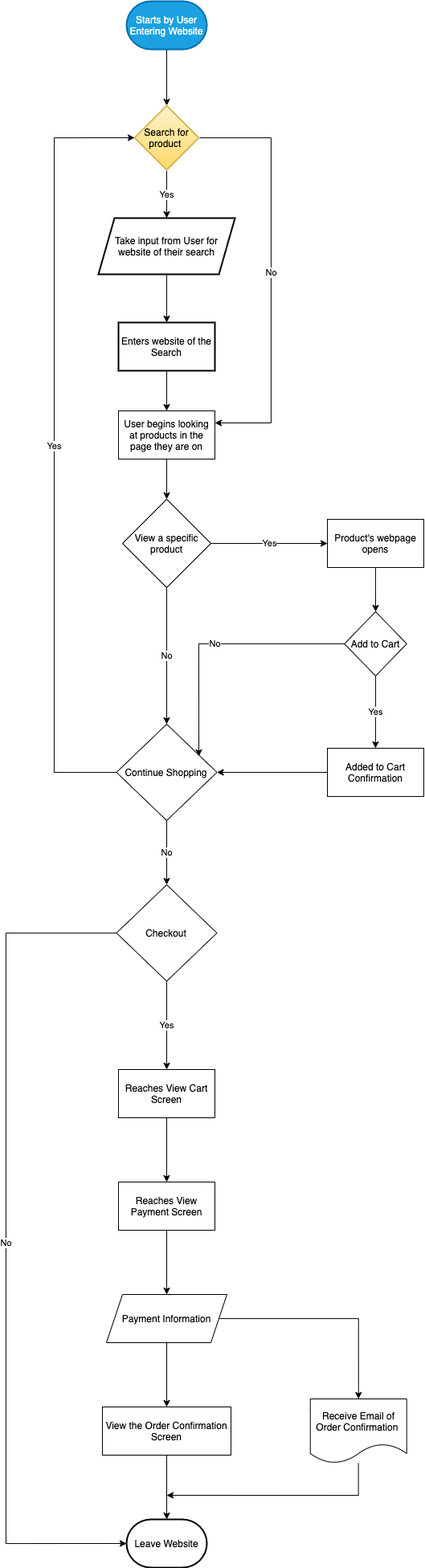
Earlier version of the draw.io export part2/part2.drawio.png (gaurav-dheeraj/sp21-cse110-lab4). Source tidied: cells renumbered, new cells last; positions are measured from the earlier drawing's top-left corner, leaving out a move shared by most shapes.
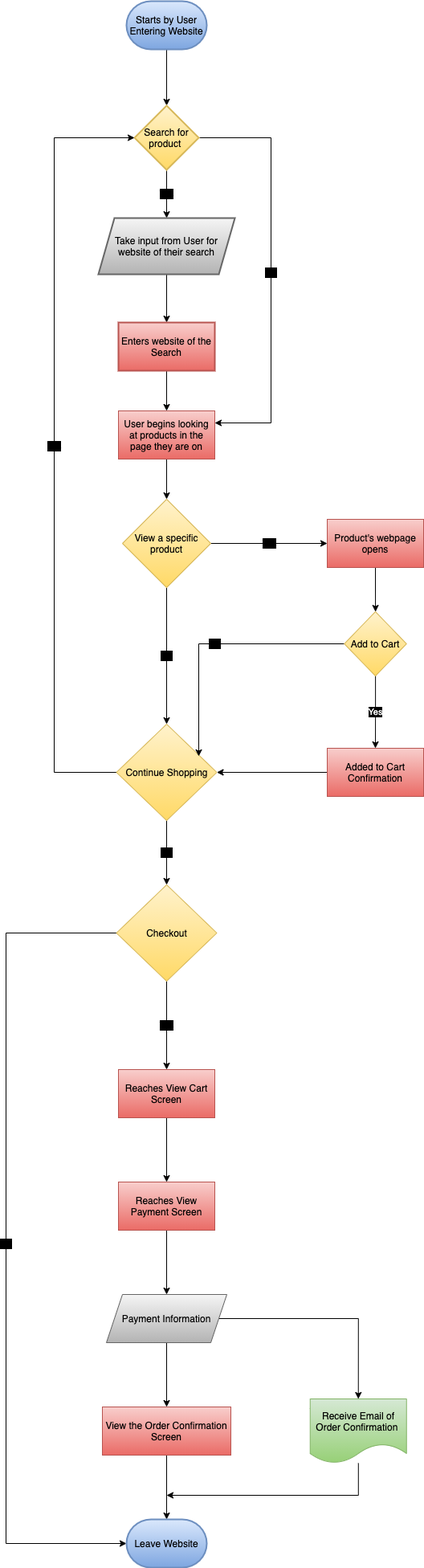
The same diagram one commit later.

Diff of the diagram source:
```diff
@@ -5,10 +5,10 @@
     <mxCell id="2" style="edgeStyle=orthogonalEdgeStyle;rounded=0;jettySize=auto;html=1;" parent="1" edge="1" source="3" target="6">
       <mxGeometry relative="1" as="geometry" />
     </mxCell>
-    <mxCell id="3" value="Starts by User Entering Website" style="strokeWidth=2;html=1;shape=mxgraph.flowchart.terminator;whiteSpace=wrap;fillColor=#1ba1e2;strokeColor=#006EAF;fontColor=#ffffff;" parent="1" vertex="1">
+    <mxCell id="3" value="&lt;font color=&quot;#000000&quot;&gt;Starts by User Entering Website&lt;/font&gt;" style="strokeWidth=2;html=1;shape=mxgraph.flowchart.terminator;whiteSpace=wrap;fillColor=#dae8fc;strokeColor=#6c8ebf;gradientColor=#7ea6e0;" parent="1" vertex="1">
       <mxGeometry x="150" width="100" height="60" as="geometry" />
     </mxCell>
-    <mxCell id="4" value="No" style="edgeStyle=orthogonalEdgeStyle;rounded=0;jettySize=auto;html=1;entryX=1;entryY=0.25;entryDx=0;entryDy=0;" parent="1" edge="1" source="6" target="12">
+    <mxCell id="4" value="&lt;span style=&quot;background-color: rgb(0 , 0 , 0)&quot;&gt;No&lt;/span&gt;" style="edgeStyle=orthogonalEdgeStyle;rounded=0;jettySize=auto;html=1;entryX=1;entryY=0.25;entryDx=0;entryDy=0;" parent="1" edge="1" source="6" target="12">
       <mxGeometry relative="1" as="geometry">
         <Array as="points">
           <mxPoint x="330" y="170" />
@@ -16,7 +16,7 @@
         </Array>
       </mxGeometry>
     </mxCell>
-    <mxCell id="5" value="Yes" style="edgeStyle=orthogonalEdgeStyle;rounded=0;jettySize=auto;html=1;" parent="1" edge="1" source="6" target="8">
+    <mxCell id="5" value="&lt;span style=&quot;background-color: rgb(0 , 0 , 0)&quot;&gt;Yes&lt;/span&gt;" style="edgeStyle=orthogonalEdgeStyle;rounded=0;jettySize=auto;html=1;" parent="1" edge="1" source="6" target="8">
       <mxGeometry relative="1" as="geometry" />
     </mxCell>
     <mxCell id="6" value="&lt;font color=&quot;#000000&quot;&gt;Search for product&amp;nbsp;&lt;/font&gt;" style="rhombus;whiteSpace=wrap;html=1;strokeColor=#d6b656;strokeWidth=2;fillColor=#fff2cc;gradientColor=#ffd966;" parent="1" vertex="1">
@@ -25,7 +25,7 @@
     <mxCell id="7" style="edgeStyle=orthogonalEdgeStyle;rounded=0;jettySize=auto;html=1;" parent="1" edge="1" source="8" target="10">
       <mxGeometry relative="1" as="geometry" />
     </mxCell>
-    <mxCell id="8" value="Take input from User for website of their search" style="shape=parallelogram;perimeter=parallelogramPerimeter;whiteSpace=wrap;html=1;fixedSize=1;strokeWidth=2;" parent="1" vertex="1">
+    <mxCell id="8" value="&lt;font color=&quot;#000000&quot;&gt;Take input from User for website of their search&lt;/font&gt;" style="shape=parallelogram;perimeter=parallelogramPerimeter;whiteSpace=wrap;html=1;fixedSize=1;strokeWidth=2;gradientColor=#b3b3b3;fillColor=#f5f5f5;strokeColor=#666666;" parent="1" vertex="1">
       <mxGeometry x="115" y="270" width="170" height="70" as="geometry" />
     </mxCell>
     <mxCell id="9" style="edgeStyle=orthogonalEdgeStyle;rounded=0;jettySize=auto;html=1;" parent="1" edge="1" source="10">
@@ -33,19 +33,19 @@
         <mxPoint x="200" y="510" as="targetPoint" />
       </mxGeometry>
     </mxCell>
-    <mxCell id="10" value="Enters website of the Search" style="whiteSpace=wrap;html=1;strokeWidth=2;" parent="1" vertex="1">
+    <mxCell id="10" value="&lt;font color=&quot;#000000&quot;&gt;Enters website of the Search&lt;/font&gt;" style="whiteSpace=wrap;html=1;strokeWidth=2;gradientColor=#ea6b66;fillColor=#f8cecc;strokeColor=#b85450;" parent="1" vertex="1">
       <mxGeometry x="140" y="400" width="120" height="60" as="geometry" />
     </mxCell>
     <mxCell id="11" style="edgeStyle=orthogonalEdgeStyle;rounded=0;jettySize=auto;html=1;" parent="1" edge="1" source="12" target="15">
       <mxGeometry relative="1" as="geometry" />
     </mxCell>
-    <mxCell id="12" value="User begins looking at products in the page they are on" style="rounded=0;whiteSpace=wrap;html=1;" parent="1" vertex="1">
+    <mxCell id="12" value="&lt;font color=&quot;#000000&quot;&gt;User begins looking at products in the page they are on&lt;/font&gt;" style="rounded=0;whiteSpace=wrap;html=1;gradientColor=#ea6b66;fillColor=#f8cecc;strokeColor=#b85450;" parent="1" vertex="1">
       <mxGeometry x="140" y="510" width="120" height="60" as="geometry" />
     </mxCell>
-    <mxCell id="13" value="No" style="edgeStyle=orthogonalEdgeStyle;rounded=0;jettySize=auto;html=1;" parent="1" edge="1" source="15" target="18">
+    <mxCell id="13" value="&lt;span style=&quot;background-color: rgb(0 , 0 , 0)&quot;&gt;No&lt;/span&gt;" style="edgeStyle=orthogonalEdgeStyle;rounded=0;jettySize=auto;html=1;" parent="1" edge="1" source="15" target="18">
       <mxGeometry relative="1" as="geometry" />
     </mxCell>
-    <mxCell id="14" value="Yes" style="edgeStyle=orthogonalEdgeStyle;rounded=0;jettySize=auto;html=1;" parent="1" edge="1" source="15">
+    <mxCell id="14" value="&lt;span style=&quot;background-color: rgb(0 , 0 , 0)&quot;&gt;Yes&lt;/span&gt;" style="edgeStyle=orthogonalEdgeStyle;rounded=0;jettySize=auto;html=1;" parent="1" edge="1" source="15">
       <mxGeometry relative="1" as="geometry">
         <mxPoint x="400" y="675" as="targetPoint" />
         <Array as="points">
@@ -54,10 +54,10 @@
         </Array>
       </mxGeometry>
     </mxCell>
-    <mxCell id="15" value="View a specific product" style="rhombus;whiteSpace=wrap;html=1;rounded=0;" parent="1" vertex="1">
+    <mxCell id="15" value="&lt;font color=&quot;#000000&quot;&gt;View a specific product&lt;/font&gt;" style="rhombus;whiteSpace=wrap;html=1;rounded=0;gradientColor=#ffd966;fillColor=#fff2cc;strokeColor=#d6b656;" parent="1" vertex="1">
       <mxGeometry x="145" y="620" width="110" height="110" as="geometry" />
     </mxCell>
-    <mxCell id="16" value="Yes" style="edgeStyle=orthogonalEdgeStyle;rounded=0;jettySize=auto;html=1;entryX=0;entryY=0.5;entryDx=0;entryDy=0;" parent="1" edge="1" source="18" target="6">
+    <mxCell id="16" value="&lt;span style=&quot;background-color: rgb(0 , 0 , 0)&quot;&gt;Yes&lt;/span&gt;" style="edgeStyle=orthogonalEdgeStyle;rounded=0;jettySize=auto;html=1;entryX=0;entryY=0.5;entryDx=0;entryDy=0;" parent="1" edge="1" source="18" target="6">
       <mxGeometry relative="1" as="geometry">
         <Array as="points">
           <mxPoint x="60" y="960" />
@@ -65,37 +65,37 @@
         </Array>
       </mxGeometry>
     </mxCell>
-    <mxCell id="17" value="No" style="edgeStyle=orthogonalEdgeStyle;rounded=0;jettySize=auto;html=1;" parent="1" edge="1" source="18" target="28">
+    <mxCell id="17" value="&lt;span style=&quot;background-color: rgb(0 , 0 , 0)&quot;&gt;No&lt;/span&gt;" style="edgeStyle=orthogonalEdgeStyle;rounded=0;jettySize=auto;html=1;" parent="1" edge="1" source="18" target="28">
       <mxGeometry relative="1" as="geometry" />
     </mxCell>
-    <mxCell id="18" value="Continue Shopping" style="rhombus;whiteSpace=wrap;html=1;rounded=0;" parent="1" vertex="1">
+    <mxCell id="18" value="&lt;font color=&quot;#000000&quot;&gt;Continue Shopping&lt;/font&gt;" style="rhombus;whiteSpace=wrap;html=1;rounded=0;gradientColor=#ffd966;fillColor=#fff2cc;strokeColor=#d6b656;" parent="1" vertex="1">
       <mxGeometry x="137.5" y="900" width="125" height="120" as="geometry" />
     </mxCell>
-    <mxCell id="19" value="Yes" style="edgeStyle=orthogonalEdgeStyle;rounded=0;jettySize=auto;html=1;" parent="1" edge="1" source="21" target="25">
+    <mxCell id="19" value="&lt;font color=&quot;#ffffff&quot; style=&quot;background-color: rgb(0 , 0 , 0)&quot;&gt;Yes&lt;/font&gt;" style="edgeStyle=orthogonalEdgeStyle;rounded=0;jettySize=auto;html=1;" parent="1" edge="1" source="21" target="25">
       <mxGeometry relative="1" as="geometry" />
     </mxCell>
-    <mxCell id="20" value="No" style="edgeStyle=orthogonalEdgeStyle;rounded=0;jettySize=auto;html=1;entryX=0.82;entryY=0.333;entryDx=0;entryDy=0;entryPerimeter=0;" parent="1" edge="1" source="21" target="18">
+    <mxCell id="20" value="&lt;span style=&quot;background-color: rgb(0 , 0 , 0)&quot;&gt;No&lt;/span&gt;" style="edgeStyle=orthogonalEdgeStyle;rounded=0;jettySize=auto;html=1;entryX=0.82;entryY=0.333;entryDx=0;entryDy=0;entryPerimeter=0;" parent="1" edge="1" source="21" target="18">
       <mxGeometry relative="1" as="geometry" />
     </mxCell>
-    <mxCell id="21" value="Add to Cart" style="rhombus;whiteSpace=wrap;html=1;rounded=0;" parent="1" vertex="1">
+    <mxCell id="21" value="&lt;font color=&quot;#000000&quot;&gt;Add to Cart&lt;/font&gt;" style="rhombus;whiteSpace=wrap;html=1;rounded=0;gradientColor=#ffd966;fillColor=#fff2cc;strokeColor=#d6b656;" parent="1" vertex="1">
       <mxGeometry x="421.2" y="760" width="77.5" height="80" as="geometry" />
     </mxCell>
     <mxCell id="22" style="edgeStyle=orthogonalEdgeStyle;rounded=0;jettySize=auto;html=1;" parent="1" edge="1" source="23" target="21">
       <mxGeometry relative="1" as="geometry" />
     </mxCell>
-    <mxCell id="23" value="Product's webpage opens" style="rounded=0;whiteSpace=wrap;html=1;" parent="1" vertex="1">
+    <mxCell id="23" value="&lt;font color=&quot;#000000&quot;&gt;Product's webpage opens&lt;/font&gt;" style="rounded=0;whiteSpace=wrap;html=1;gradientColor=#ea6b66;fillColor=#f8cecc;strokeColor=#b85450;" parent="1" vertex="1">
       <mxGeometry x="400" y="645" width="120" height="60" as="geometry" />
     </mxCell>
     <mxCell id="24" style="edgeStyle=orthogonalEdgeStyle;rounded=0;jettySize=auto;html=1;entryX=1;entryY=0.5;entryDx=0;entryDy=0;" parent="1" edge="1" source="25" target="18">
       <mxGeometry relative="1" as="geometry" />
     </mxCell>
-    <mxCell id="25" value="Added to Cart Confirmation" style="whiteSpace=wrap;html=1;rounded=0;" parent="1" vertex="1">
+    <mxCell id="25" value="&lt;font color=&quot;#000000&quot;&gt;Added to Cart Confirmation&lt;/font&gt;" style="whiteSpace=wrap;html=1;rounded=0;gradientColor=#ea6b66;fillColor=#f8cecc;strokeColor=#b85450;" parent="1" vertex="1">
       <mxGeometry x="400" y="930" width="120" height="60" as="geometry" />
     </mxCell>
-    <mxCell id="26" value="Yes" style="edgeStyle=orthogonalEdgeStyle;rounded=0;jettySize=auto;html=1;" parent="1" edge="1" source="28" target="30">
+    <mxCell id="26" value="&lt;span style=&quot;background-color: rgb(0 , 0 , 0)&quot;&gt;Yes&lt;/span&gt;" style="edgeStyle=orthogonalEdgeStyle;rounded=0;jettySize=auto;html=1;" parent="1" edge="1" source="28" target="30">
       <mxGeometry relative="1" as="geometry" />
     </mxCell>
-    <mxCell id="27" value="No" style="edgeStyle=orthogonalEdgeStyle;rounded=0;jettySize=auto;html=1;entryX=0;entryY=0.5;entryDx=0;entryDy=0;entryPerimeter=0;" parent="1" edge="1" source="28" target="40">
+    <mxCell id="27" value="&lt;span style=&quot;background-color: rgb(0 , 0 , 0)&quot;&gt;No&lt;/span&gt;" style="edgeStyle=orthogonalEdgeStyle;rounded=0;jettySize=auto;html=1;entryX=0;entryY=0.5;entryDx=0;entryDy=0;entryPerimeter=0;" parent="1" edge="1" source="28" target="40">
       <mxGeometry relative="1" as="geometry">
         <Array as="points">
           <mxPoint y="1160" />
@@ -103,19 +103,19 @@
         </Array>
       </mxGeometry>
     </mxCell>
-    <mxCell id="28" value="Checkout" style="rhombus;whiteSpace=wrap;html=1;rounded=0;" parent="1" vertex="1">
+    <mxCell id="28" value="&lt;font color=&quot;#000000&quot;&gt;Checkout&lt;/font&gt;" style="rhombus;whiteSpace=wrap;html=1;rounded=0;gradientColor=#ffd966;fillColor=#fff2cc;strokeColor=#d6b656;" parent="1" vertex="1">
       <mxGeometry x="137.5" y="1100" width="125" height="120" as="geometry" />
     </mxCell>
     <mxCell id="29" style="edgeStyle=orthogonalEdgeStyle;rounded=0;jettySize=auto;html=1;" parent="1" edge="1" source="30" target="32">
       <mxGeometry relative="1" as="geometry" />
     </mxCell>
-    <mxCell id="30" value="Reaches View Cart Screen" style="whiteSpace=wrap;html=1;rounded=0;" parent="1" vertex="1">
+    <mxCell id="30" value="&lt;font color=&quot;#000000&quot;&gt;Reaches View Cart Screen&lt;/font&gt;" style="whiteSpace=wrap;html=1;rounded=0;gradientColor=#ea6b66;fillColor=#f8cecc;strokeColor=#b85450;" parent="1" vertex="1">
       <mxGeometry x="140" y="1330" width="120" height="60" as="geometry" />
     </mxCell>
     <mxCell id="31" style="edgeStyle=orthogonalEdgeStyle;rounded=0;jettySize=auto;html=1;" parent="1" edge="1" source="32" target="35">
       <mxGeometry relative="1" as="geometry" />
     </mxCell>
-    <mxCell id="32" value="Reaches View Payment Screen" style="whiteSpace=wrap;html=1;rounded=0;" parent="1" vertex="1">
+    <mxCell id="32" value="&lt;font color=&quot;#000000&quot;&gt;Reaches View Payment Screen&lt;/font&gt;" style="whiteSpace=wrap;html=1;rounded=0;gradientColor=#ea6b66;fillColor=#f8cecc;strokeColor=#b85450;" parent="1" vertex="1">
       <mxGeometry x="140" y="1470" width="120" height="60" as="geometry" />
     </mxCell>
     <mxCell id="33" style="edgeStyle=orthogonalEdgeStyle;rounded=0;jettySize=auto;html=1;" parent="1" edge="1" source="35" target="37">
@@ -124,7 +124,7 @@
     <mxCell id="34" style="edgeStyle=orthogonalEdgeStyle;rounded=0;jettySize=auto;html=1;entryX=0.5;entryY=0;entryDx=0;entryDy=0;" parent="1" edge="1" source="35" target="39">
       <mxGeometry relative="1" as="geometry" />
     </mxCell>
-    <mxCell id="35" value="Payment Information" style="shape=parallelogram;perimeter=parallelogramPerimeter;whiteSpace=wrap;html=1;fixedSize=1;rounded=0;" parent="1" vertex="1">
+    <mxCell id="35" value="&lt;font color=&quot;#000000&quot;&gt;Payment Information&lt;/font&gt;" style="shape=parallelogram;perimeter=parallelogramPerimeter;whiteSpace=wrap;html=1;fixedSize=1;rounded=0;gradientColor=#b3b3b3;fillColor=#f5f5f5;strokeColor=#666666;" parent="1" vertex="1">
       <mxGeometry x="125" y="1610" width="150" height="60" as="geometry" />
     </mxCell>
     <mxCell id="36" style="edgeStyle=orthogonalEdgeStyle;rounded=0;jettySize=auto;html=1;" parent="1" edge="1" source="37">
@@ -132,7 +132,7 @@
         <mxPoint x="200" y="1890" as="targetPoint" />
       </mxGeometry>
     </mxCell>
-    <mxCell id="37" value="View the Order Confirmation Screen" style="whiteSpace=wrap;html=1;rounded=0;" parent="1" vertex="1">
+    <mxCell id="37" value="&lt;font color=&quot;#000000&quot;&gt;View the Order Confirmation Screen&lt;/font&gt;" style="whiteSpace=wrap;html=1;rounded=0;gradientColor=#ea6b66;fillColor=#f8cecc;strokeColor=#b85450;" parent="1" vertex="1">
       <mxGeometry x="120" y="1750" width="160" height="60" as="geometry" />
     </mxCell>
     <mxCell id="38" style="edgeStyle=orthogonalEdgeStyle;rounded=0;jettySize=auto;html=1;" parent="1" edge="1" source="39">
@@ -143,10 +143,10 @@
         </Array>
       </mxGeometry>
     </mxCell>
-    <mxCell id="39" value="Receive Email of Order Confirmation&amp;nbsp;" style="shape=document;whiteSpace=wrap;html=1;boundedLbl=1;rounded=0;" parent="1" vertex="1">
+    <mxCell id="39" value="&lt;font color=&quot;#000000&quot;&gt;Receive Email of Order Confirmation&amp;nbsp;&lt;/font&gt;" style="shape=document;whiteSpace=wrap;html=1;boundedLbl=1;rounded=0;gradientColor=#97d077;fillColor=#d5e8d4;strokeColor=#82b366;" parent="1" vertex="1">
       <mxGeometry x="378.8" y="1740" width="120" height="80" as="geometry" />
     </mxCell>
-    <mxCell id="40" value="Leave Website" style="strokeWidth=2;html=1;shape=mxgraph.flowchart.terminator;whiteSpace=wrap;" parent="1" vertex="1">
+    <mxCell id="40" value="&lt;font color=&quot;#000000&quot;&gt;Leave Website&lt;/font&gt;" style="strokeWidth=2;html=1;shape=mxgraph.flowchart.terminator;whiteSpace=wrap;gradientColor=#7ea6e0;fillColor=#dae8fc;strokeColor=#6c8ebf;" parent="1" vertex="1">
       <mxGeometry x="150" y="1890" width="100" height="60" as="geometry" />
     </mxCell>
   </root>
```
